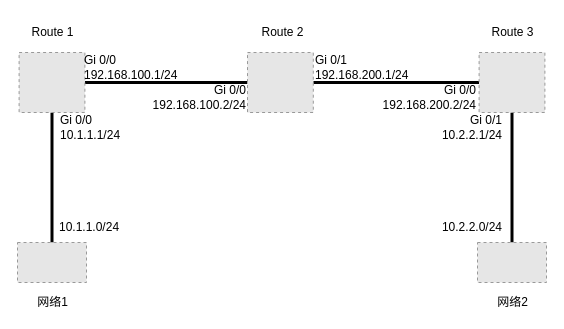
Above: Documentation/Router/RIP/RIP basic-configuration.drawio in KerwinKwong/Draw (draw.io), before the change. Source tidied: cells renumbered, new cells numbered last; positions are measured from the earlier drawing's top-left corner, leaving out a move shared by most shapes. Both pictures are drawn from the tidied source at 100%, with x=0, y=0 at pixel (17, 22). Pictures stored in the file or linked from it are replaced by grey dashed boxes.
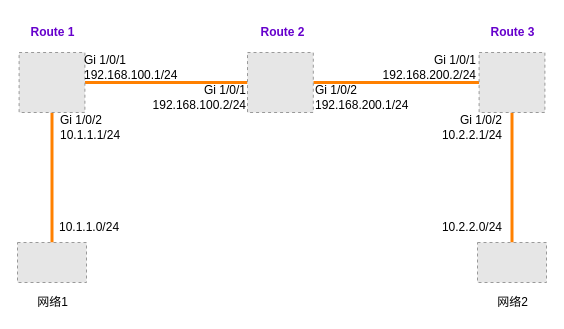
Above is the later version.

Unchanged cells that the change refers to:
```xml
<mxCell id="4" style="fillColor=#E6E6E6;strokeColor=#999999;dashed=1;verticalLabelPosition=bottom;labelBackgroundColor=#ffffff;verticalAlign=top;" parent="1" vertex="1">
  <mxGeometry x="1.6" y="30" width="65.8" height="60" as="geometry" />
</mxCell>
<mxCell id="6" style="fillColor=#E6E6E6;strokeColor=#999999;dashed=1;verticalLabelPosition=bottom;labelBackgroundColor=#ffffff;verticalAlign=top;" parent="1" vertex="1">
  <mxGeometry x="230" y="30" width="65.8" height="60" as="geometry" />
</mxCell>
<mxCell id="8" style="fillColor=#E6E6E6;strokeColor=#999999;dashed=1;verticalLabelPosition=bottom;labelBackgroundColor=#ffffff;verticalAlign=top;" parent="1" vertex="1">
  <mxGeometry x="461.6" y="30" width="65.8" height="60" as="geometry" />
</mxCell>
<mxCell id="9" style="fillColor=#E6E6E6;strokeColor=#999999;dashed=1;verticalLabelPosition=bottom;labelBackgroundColor=#ffffff;verticalAlign=top;" parent="1" vertex="1">
  <mxGeometry y="220" width="69" height="40" as="geometry" />
</mxCell>
<mxCell id="10" style="fillColor=#E6E6E6;strokeColor=#999999;dashed=1;verticalLabelPosition=bottom;labelBackgroundColor=#ffffff;verticalAlign=top;" parent="1" vertex="1">
  <mxGeometry x="460" y="220" width="69" height="40" as="geometry" />
</mxCell>
```

Change to the diagram source:
```diff
@@
-    <mxCell id="2" style="edgeStyle=orthogonalEdgeStyle;rounded=0;jettySize=auto;html=1;exitX=0.5;exitY=1;exitDx=0;exitDy=0;entryX=0.5;entryY=0;entryDx=0;entryDy=0;endArrow=none;endFill=0;strokeWidth=3;" parent="1" edge="1" source="4" target="9">
+    <mxCell id="2" style="edgeStyle=orthogonalEdgeStyle;rounded=0;jettySize=auto;html=1;exitX=0.5;exitY=1;exitDx=0;exitDy=0;entryX=0.5;entryY=0;entryDx=0;entryDy=0;endArrow=none;endFill=0;strokeWidth=3;strokeColor=#FF8000;" parent="1" edge="1" source="4" target="9">
       <mxGeometry relative="1" as="geometry" />
     </mxCell>
-    <mxCell id="3" style="edgeStyle=orthogonalEdgeStyle;rounded=0;jettySize=auto;html=1;exitX=1;exitY=0.5;exitDx=0;exitDy=0;entryX=0;entryY=0.5;entryDx=0;entryDy=0;endArrow=none;endFill=0;strokeWidth=3;" parent="1" edge="1" source="4" target="6">
+    <mxCell id="3" style="edgeStyle=orthogonalEdgeStyle;rounded=0;jettySize=auto;html=1;exitX=1;exitY=0.5;exitDx=0;exitDy=0;entryX=0;entryY=0.5;entryDx=0;entryDy=0;endArrow=none;endFill=0;strokeWidth=3;strokeColor=#FF8000;" parent="1" edge="1" source="4" target="6">
       <mxGeometry relative="1" as="geometry" />
     </mxCell>
@@
-    <mxCell id="5" style="edgeStyle=orthogonalEdgeStyle;rounded=0;jettySize=auto;html=1;exitX=1;exitY=0.5;exitDx=0;exitDy=0;entryX=0;entryY=0.5;entryDx=0;entryDy=0;endArrow=none;endFill=0;strokeWidth=3;" parent="1" edge="1" source="6" target="8">
+    <mxCell id="5" style="edgeStyle=orthogonalEdgeStyle;rounded=0;jettySize=auto;html=1;exitX=1;exitY=0.5;exitDx=0;exitDy=0;entryX=0;entryY=0.5;entryDx=0;entryDy=0;endArrow=none;endFill=0;strokeWidth=3;strokeColor=#FF8000;" parent="1" edge="1" source="6" target="8">
       <mxGeometry relative="1" as="geometry" />
     </mxCell>
@@
-    <mxCell id="7" style="edgeStyle=orthogonalEdgeStyle;rounded=0;jettySize=auto;html=1;exitX=0.5;exitY=1;exitDx=0;exitDy=0;entryX=0.5;entryY=0;entryDx=0;entryDy=0;endArrow=none;endFill=0;strokeWidth=3;" parent="1" edge="1" source="8" target="10">
+    <mxCell id="7" style="edgeStyle=orthogonalEdgeStyle;rounded=0;jettySize=auto;html=1;exitX=0.5;exitY=1;exitDx=0;exitDy=0;entryX=0.5;entryY=0;entryDx=0;entryDy=0;endArrow=none;endFill=0;strokeWidth=3;strokeColor=#FF8000;" parent="1" edge="1" source="8" target="10">
       <mxGeometry relative="1" as="geometry" />
     </mxCell>
@@
-    <mxCell id="11" value="Route 1" style="text;html=1;align=center;verticalAlign=middle;strokeColor=none;" parent="1" vertex="1">
-      <mxGeometry x="4.5" width="60" height="20" as="geometry" />
+    <mxCell id="11" value="Route 1" style="text;html=1;align=center;verticalAlign=middle;strokeColor=none;fontStyle=1;fontColor=#6600CC;" parent="1" vertex="1">
+      <mxGeometry x="-0.5" y="-5" width="70" height="30" as="geometry" />
     </mxCell>
-    <mxCell id="12" value="Route 2" style="text;html=1;align=center;verticalAlign=middle;strokeColor=none;" parent="1" vertex="1">
-      <mxGeometry x="235" width="60" height="20" as="geometry" />
+    <mxCell id="12" value="Route 2" style="text;html=1;align=center;verticalAlign=middle;strokeColor=none;fontStyle=1;fontColor=#6600CC;" parent="1" vertex="1">
+      <mxGeometry x="230" y="-5" width="70" height="30" as="geometry" />
     </mxCell>
-    <mxCell id="13" value="Route 3" style="text;html=1;align=center;verticalAlign=middle;strokeColor=none;" parent="1" vertex="1">
-      <mxGeometry x="464.5" width="60" height="20" as="geometry" />
+    <mxCell id="13" value="Route 3" style="text;html=1;align=center;verticalAlign=middle;strokeColor=none;fontStyle=1;fontColor=#6600CC;" parent="1" vertex="1">
+      <mxGeometry x="459.5" y="-5" width="70" height="30" as="geometry" />
     </mxCell>
@@
-    <mxCell id="16" value="Gi 0/0&lt;br&gt;192.168.100.1/24" style="text;html=1;align=left;verticalAlign=middle;strokeColor=none;" parent="1" vertex="1">
-      <mxGeometry x="64.5" y="30" width="110" height="30" as="geometry" />
-    </mxCell>
-    <mxCell id="17" value="Gi 0/1&lt;br&gt;192.168.200.1/24" style="text;html=1;align=left;verticalAlign=middle;strokeColor=none;" parent="1" vertex="1">
-      <mxGeometry x="295.8" y="30" width="110" height="30" as="geometry" />
-    </mxCell>
-    <mxCell id="18" value="Gi 0/0&lt;br&gt;192.168.100.2/24" style="text;html=1;align=right;verticalAlign=middle;strokeColor=none;" parent="1" vertex="1">
-      <mxGeometry x="120" y="60" width="110" height="30" as="geometry" />
-    </mxCell>
-    <mxCell id="19" value="Gi 0/0&lt;br&gt;192.168.200.2/24" style="text;html=1;align=right;verticalAlign=middle;strokeColor=none;" parent="1" vertex="1">
-      <mxGeometry x="350" y="60" width="110" height="30" as="geometry" />
-    </mxCell>
-    <mxCell id="20" value="Gi 0/0&lt;br&gt;10.1.1.1/24" style="text;html=1;align=left;verticalAlign=middle;strokeColor=none;" parent="1" vertex="1">
-      <mxGeometry x="41" y="90" width="80" height="30" as="geometry" />
-    </mxCell>
+    <mxCell id="24" parent="0" />
+    <mxCell id="25" value="Gi 1/0/1&lt;br&gt;192.168.100.1/24" style="text;html=1;align=left;verticalAlign=middle;strokeColor=none;" parent="24" vertex="1">
+      <mxGeometry x="64.5" y="25" width="120" height="40" as="geometry" />
+    </mxCell>
+    <mxCell id="26" value="Gi 1/0/2&lt;br&gt;192.168.200.1/24" style="text;html=1;align=left;verticalAlign=middle;strokeColor=none;" parent="24" vertex="1">
+      <mxGeometry x="295.8" y="55" width="120" height="40" as="geometry" />
+    </mxCell>
+    <mxCell id="27" value="Gi 1/0/1&lt;br&gt;192.168.100.2/24" style="text;html=1;align=right;verticalAlign=middle;strokeColor=none;" parent="24" vertex="1">
+      <mxGeometry x="110" y="55" width="120" height="40" as="geometry" />
+    </mxCell>
+    <mxCell id="28" value="Gi 1/0/1&lt;br&gt;192.168.200.2/24" style="text;html=1;align=right;verticalAlign=middle;strokeColor=none;" parent="24" vertex="1">
+      <mxGeometry x="340" y="25" width="120" height="40" as="geometry" />
+    </mxCell>
+    <mxCell id="29" value="Gi 1/0/2&lt;br&gt;10.1.1.1/24" style="text;html=1;align=left;verticalAlign=middle;strokeColor=none;" parent="24" vertex="1">
+      <mxGeometry x="41" y="85" width="80" height="40" as="geometry" />
+    </mxCell>
-    <mxCell id="21" value="10.1.1.0/24" style="text;html=1;align=left;verticalAlign=middle;strokeColor=none;" parent="1" vertex="1">
+    <mxCell id="21" value="10.1.1.0/24" style="text;html=1;align=left;verticalAlign=middle;strokeColor=none;" parent="24" vertex="1">
       <mxGeometry x="40" y="195" width="80" height="20" as="geometry" />
     </mxCell>
-    <mxCell id="22" value="Gi 0/1&lt;br&gt;10.2.2.1/24" style="text;html=1;align=right;verticalAlign=middle;strokeColor=none;" parent="1" vertex="1">
-      <mxGeometry x="405.8" y="90" width="80" height="30" as="geometry" />
-    </mxCell>
+    <mxCell id="30" value="Gi 1/0/2&lt;br&gt;10.2.2.1/24" style="text;html=1;align=right;verticalAlign=middle;strokeColor=none;" parent="24" vertex="1">
+      <mxGeometry x="405.8" y="85" width="80" height="40" as="geometry" />
+    </mxCell>
-    <mxCell id="23" value="10.2.2.0/24" style="text;html=1;align=right;verticalAlign=middle;strokeColor=none;" parent="1" vertex="1">
+    <mxCell id="23" value="10.2.2.0/24" style="text;html=1;align=right;verticalAlign=middle;strokeColor=none;" parent="24" vertex="1">
       <mxGeometry x="405.8" y="195" width="80" height="20" as="geometry" />
     </mxCell>
```
